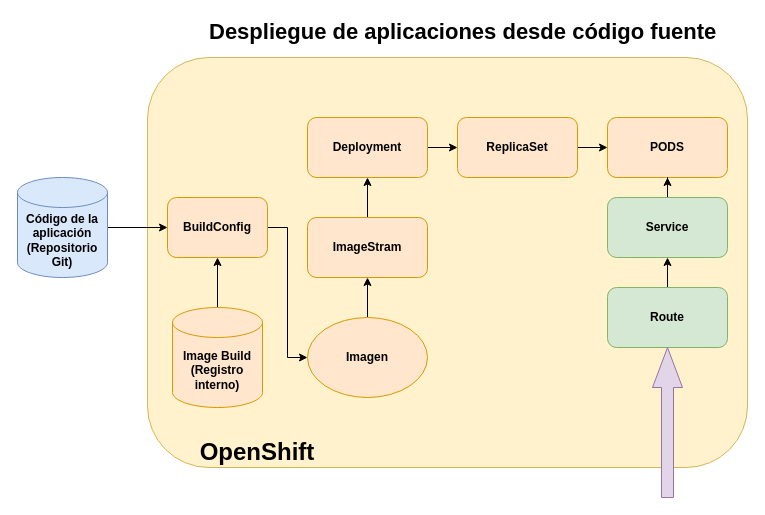
Above: curso2/modulo3/img/codigo.drawio in josedom24/curso_openshift_v4 (draw.io), before the change. Source tidied: cells renumbered, new cells numbered last; positions are measured from the earlier drawing's top-left corner, leaving out a move shared by most shapes. Both pictures are drawn from the tidied source at 100%, with x=0, y=0 at pixel (17, 17).
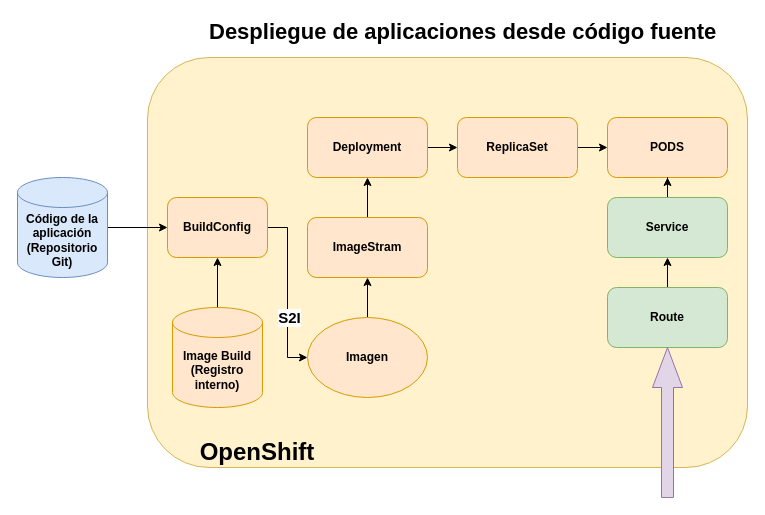
Above is the later version.

The change refers to these unchanged cells:
```xml
<mxCell id="5" style="edgeStyle=orthogonalEdgeStyle;rounded=0;jettySize=auto;html=1;entryX=0;entryY=0.5;entryDx=0;entryDy=0;" parent="1" edge="1" source="6" target="22">
  <mxGeometry relative="1" as="geometry" />
</mxCell>
```

The edit, as a diff of the source:
```diff
@@
+    <mxCell id="25" value="&lt;font size=&quot;1&quot;&gt;&lt;b style=&quot;font-size: 15px;&quot;&gt;S2I&lt;/b&gt;&lt;/font&gt;" style="edgeLabel;html=1;align=center;verticalAlign=middle;" parent="5" vertex="1">
+      <mxGeometry x="0.28" y="1" relative="1" as="geometry" />
+    </mxCell>
```
